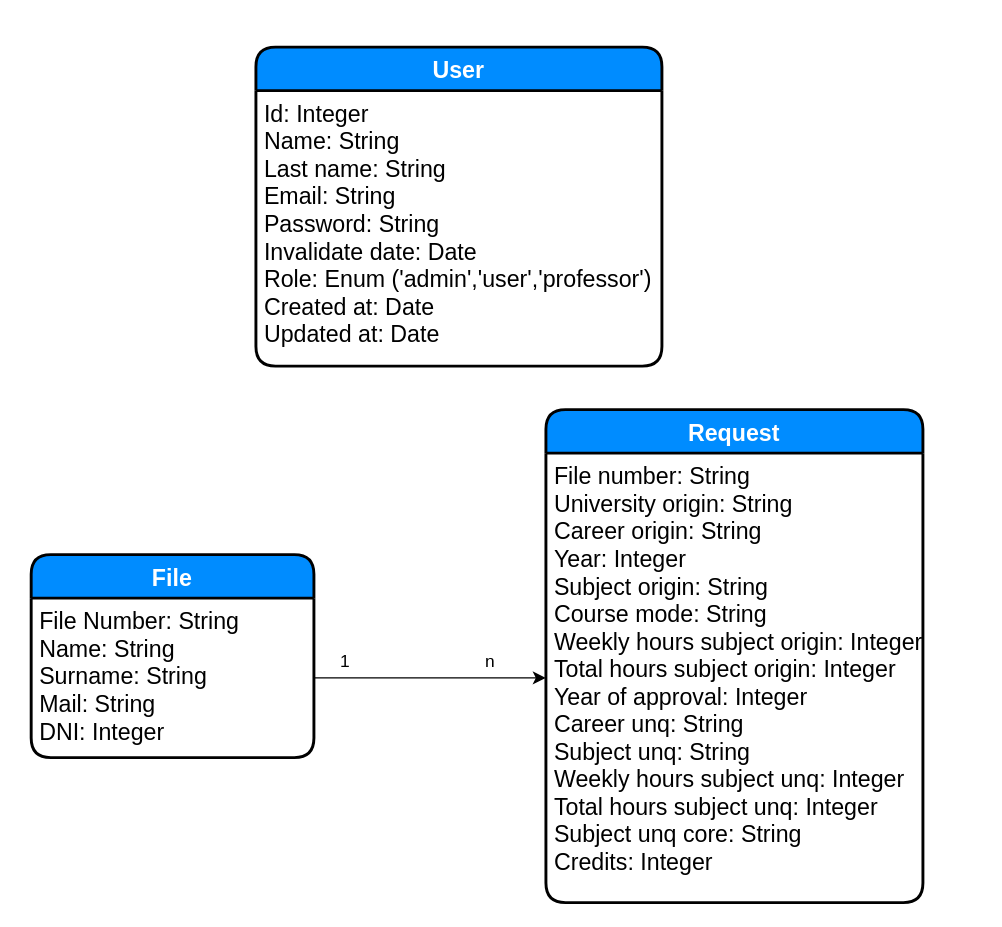
Earlier version of the draw.io diagram entidades.drawio.xml (fautalan1/TTip-Unquivalencia-Documentacion). Source tidied: cells renumbered, new cells numbered last; positions are measured from the earlier drawing's top-left corner, leaving out a move shared by most shapes. Both pictures are drawn from the tidied source at 145%, with x=0, y=0 at pixel (30, 46).
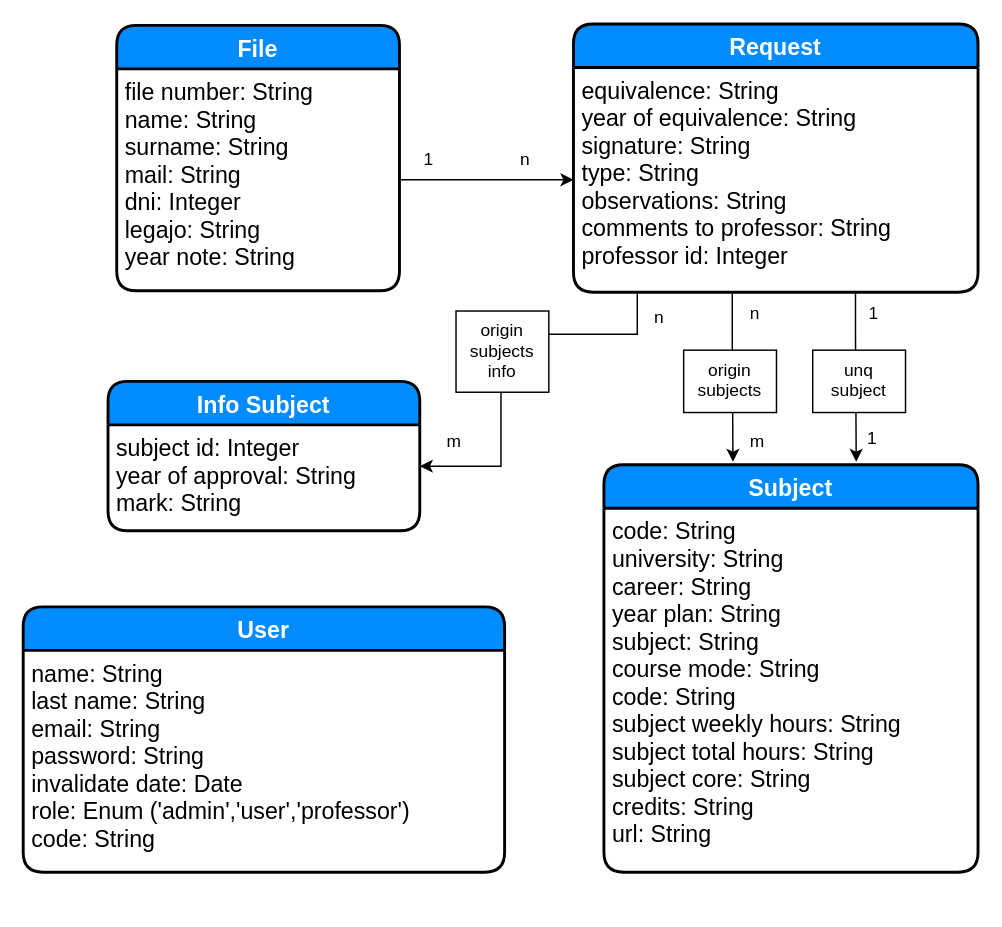
The same diagram, later.

Diff of the diagram source:
```diff
@@
     <mxCell id="2" value="Request" style="swimlane;horizontal=1;startSize=30;fillColor=#008cff;fontColor=#FFFFFF;rounded=1;fontSize=16;fontStyle=1;strokeWidth=2;shadow=0;dashed=0;align=center;" parent="1" vertex="1">
-      <mxGeometry x="355" y="250" width="260" height="340" as="geometry" />
+      <mxGeometry x="374" y="-16" width="279" height="185" as="geometry" />
     </mxCell>
-    <mxCell id="3" value="File number: String&#10;University origin: String&#10;Career origin: String&#10;Year: Integer&#10;Subject origin: String&#10;Course mode: String&#10;Weekly hours subject origin: Integer&#10;Total hours subject origin: Integer&#10;Year of approval: Integer&#10;Career unq: String&#10;Subject unq: String&#10;Weekly hours subject unq: Integer&#10;Total hours subject unq: Integer&#10;Subject unq core: String&#10;Credits: Integer&#10;&#10;" style="align=left;strokeColor=none;fillColor=none;spacingLeft=4;fontSize=16;verticalAlign=top;" parent="2" vertex="1">
-      <mxGeometry y="30" width="260" height="310" as="geometry" />
+    <mxCell id="3" value="equivalence: String&#10;year of equivalence: String&#10;signature: String&#10;type: String&#10;observations: String&#10;comments to professor: String&#10;professor id: Integer&#10;&#10;&#10;" style="align=left;strokeColor=none;fillColor=none;spacingLeft=4;fontSize=16;verticalAlign=top;" parent="2" vertex="1">
+      <mxGeometry y="30" width="279" height="155" as="geometry" />
     </mxCell>
     <mxCell id="4" value="File" style="swimlane;horizontal=1;startSize=30;fillColor=#008cff;fontColor=#FFFFFF;rounded=1;fontSize=16;fontStyle=1;strokeWidth=2;shadow=0;dashed=0;align=center;" parent="1" vertex="1">
-      <mxGeometry y="350" width="195" height="140" as="geometry" />
+      <mxGeometry x="59" y="-15" width="195" height="183" as="geometry" />
     </mxCell>
-    <mxCell id="5" value="File Number: String&#10;Name: String&#10;Surname: String&#10;Mail: String&#10;DNI: Integer" style="align=left;strokeColor=none;fillColor=none;spacingLeft=4;fontSize=16;verticalAlign=top;" parent="4" vertex="1">
-      <mxGeometry y="30" width="195" height="110" as="geometry" />
+    <mxCell id="5" value="file number: String&#10;name: String&#10;surname: String&#10;mail: String&#10;dni: Integer&#10;legajo: String&#10;year note: String" style="align=left;strokeColor=none;fillColor=none;spacingLeft=4;fontSize=16;verticalAlign=top;" parent="4" vertex="1">
+      <mxGeometry y="30" width="195" height="153" as="geometry" />
     </mxCell>
@@
-    <mxCell id="7" value="1                            n" style="text;strokeColor=none;fillColor=none;spacingLeft=4;spacingRight=4;overflow=hidden;fontSize=12;" parent="1" vertex="1">
-      <mxGeometry x="207.5" y="410" width="135" height="36" as="geometry" />
+    <mxCell id="7" value="1                  n" style="text;strokeColor=none;fillColor=none;spacingLeft=4;spacingRight=4;overflow=hidden;fontSize=12;" parent="1" vertex="1">
+      <mxGeometry x="265" y="64" width="93" height="36" as="geometry" />
     </mxCell>
     <mxCell id="8" value="User" style="swimlane;horizontal=1;startSize=30;fillColor=#008cff;fontColor=#FFFFFF;rounded=1;fontSize=16;fontStyle=1;strokeWidth=2;shadow=0;dashed=0;align=center;" parent="1" vertex="1">
-      <mxGeometry x="155" width="280" height="220" as="geometry" />
+      <mxGeometry x="-5.5" y="386" width="332" height="183" as="geometry" />
     </mxCell>
-    <mxCell id="9" value="Id: Integer&#10;Name: String&#10;Last name: String&#10;Email: String&#10;Password: String&#10;Invalidate date: Date&#10;Role: Enum ('admin','user','professor')&#10;Created at: Date&#10;Updated at: Date " style="align=left;strokeColor=none;fillColor=none;spacingLeft=4;fontSize=16;verticalAlign=top;" parent="8" vertex="1">
-      <mxGeometry y="30" width="280" height="190" as="geometry" />
+    <mxCell id="9" value="name: String&#10;last name: String&#10;email: String&#10;password: String&#10;invalidate date: Date&#10;role: Enum ('admin','user','professor')&#10;code: String&#10;" style="align=left;strokeColor=none;fillColor=none;spacingLeft=4;fontSize=16;verticalAlign=top;" parent="8" vertex="1">
+      <mxGeometry y="30" width="332" height="153" as="geometry" />
     </mxCell>
+    <mxCell id="10" value="Subject" style="swimlane;horizontal=1;startSize=30;fillColor=#008cff;fontColor=#FFFFFF;rounded=1;fontSize=16;fontStyle=1;strokeWidth=2;shadow=0;dashed=0;align=center;" parent="1" vertex="1">
+      <mxGeometry x="395" y="288" width="258" height="281" as="geometry" />
+    </mxCell>
+    <mxCell id="11" value="code: String&#10;university: String&#10;career: String&#10;year plan: String&#10;subject: String&#10;course mode: String&#10;code: String&#10;subject weekly hours: String&#10;subject total hours: String&#10;subject core: String&#10;credits: String&#10;url: String&#10;" style="align=left;strokeColor=none;fillColor=none;spacingLeft=4;fontSize=16;verticalAlign=top;" parent="10" vertex="1">
+      <mxGeometry y="30" width="258" height="251" as="geometry" />
+    </mxCell>
+    <mxCell id="12" value="Info Subject" style="swimlane;horizontal=1;startSize=30;fillColor=#008cff;fontColor=#FFFFFF;rounded=1;fontSize=16;fontStyle=1;strokeWidth=2;shadow=0;dashed=0;align=center;" parent="1" vertex="1">
+      <mxGeometry x="53" y="230.5" width="215" height="103" as="geometry" />
+    </mxCell>
+    <mxCell id="13" value="subject id: Integer&#10;year of approval: String&#10;mark: String" style="align=left;strokeColor=none;fillColor=none;spacingLeft=4;fontSize=16;verticalAlign=top;" parent="12" vertex="1">
+      <mxGeometry y="30" width="215" height="73" as="geometry" />
+    </mxCell>
+    <mxCell id="14" style="edgeStyle=orthogonalEdgeStyle;rounded=0;orthogonalLoop=1;jettySize=auto;html=1;" parent="1" edge="1">
+      <mxGeometry relative="1" as="geometry">
+        <mxPoint x="483.5" y="170" as="sourcePoint" />
+        <mxPoint x="484" y="286" as="targetPoint" />
+        <Array as="points">
+          <mxPoint x="484" y="200" />
+          <mxPoint x="484" y="200" />
+        </Array>
+      </mxGeometry>
+    </mxCell>
+    <mxCell id="15" style="edgeStyle=orthogonalEdgeStyle;rounded=0;orthogonalLoop=1;jettySize=auto;html=1;" parent="1" edge="1">
+      <mxGeometry relative="1" as="geometry">
+        <mxPoint x="568.5" y="169" as="sourcePoint" />
+        <mxPoint x="569" y="286" as="targetPoint" />
+        <Array as="points">
+          <mxPoint x="569" y="199" />
+          <mxPoint x="569" y="199" />
+        </Array>
+      </mxGeometry>
+    </mxCell>
+    <mxCell id="16" style="edgeStyle=orthogonalEdgeStyle;rounded=0;orthogonalLoop=1;jettySize=auto;html=1;" parent="1" edge="1">
+      <mxGeometry relative="1" as="geometry">
+        <mxPoint x="418" y="170" as="sourcePoint" />
+        <mxPoint x="268" y="289" as="targetPoint" />
+        <Array as="points">
+          <mxPoint x="418" y="198" />
+          <mxPoint x="324" y="198" />
+          <mxPoint x="324" y="289" />
+          <mxPoint x="274" y="289" />
+        </Array>
+      </mxGeometry>
+    </mxCell>
+    <mxCell id="17" value="m" style="text;strokeColor=none;fillColor=none;spacingLeft=4;spacingRight=4;overflow=hidden;fontSize=12;" parent="1" vertex="1">
+      <mxGeometry x="281" y="258" width="24" height="36" as="geometry" />
+    </mxCell>
+    <mxCell id="18" value="n" style="text;strokeColor=none;fillColor=none;spacingLeft=4;spacingRight=4;overflow=hidden;fontSize=12;" parent="1" vertex="1">
+      <mxGeometry x="424" y="173" width="24" height="36" as="geometry" />
+    </mxCell>
+    <mxCell id="19" value="m" style="text;strokeColor=none;fillColor=none;spacingLeft=4;spacingRight=4;overflow=hidden;fontSize=12;" parent="1" vertex="1">
+      <mxGeometry x="490" y="258" width="24" height="36" as="geometry" />
+    </mxCell>
+    <mxCell id="20" value="n" style="text;strokeColor=none;fillColor=none;spacingLeft=4;spacingRight=4;overflow=hidden;fontSize=12;" parent="1" vertex="1">
+      <mxGeometry x="490" y="170" width="24" height="36" as="geometry" />
+    </mxCell>
+    <mxCell id="21" value="1" style="text;strokeColor=none;fillColor=none;spacingLeft=4;spacingRight=4;overflow=hidden;fontSize=12;" parent="1" vertex="1">
+      <mxGeometry x="572" y="170" width="24" height="36" as="geometry" />
+    </mxCell>
+    <mxCell id="22" value="1" style="text;strokeColor=none;fillColor=none;spacingLeft=4;spacingRight=4;overflow=hidden;fontSize=12;" parent="1" vertex="1">
+      <mxGeometry x="571" y="256" width="24" height="36" as="geometry" />
+    </mxCell>
+    <mxCell id="23" value="origin&#10;subjects" style="text;strokeColor=#000000;fillColor=#ffffff;spacingLeft=4;spacingRight=4;overflow=hidden;fontSize=12;align=center;" parent="1" vertex="1">
+      <mxGeometry x="450" y="209" width="64" height="43" as="geometry" />
+    </mxCell>
+    <mxCell id="24" value="unq&#10;subject" style="text;strokeColor=#000000;fillColor=#ffffff;spacingLeft=4;spacingRight=4;overflow=hidden;fontSize=12;align=center;" parent="1" vertex="1">
+      <mxGeometry x="539" y="209" width="64" height="43" as="geometry" />
+    </mxCell>
+    <mxCell id="25" value="origin&#10;subjects&#10;info&#10;" style="text;strokeColor=#000000;fillColor=#ffffff;spacingLeft=4;spacingRight=4;overflow=hidden;fontSize=12;align=center;" parent="1" vertex="1">
+      <mxGeometry x="293" y="182" width="64" height="56" as="geometry" />
+    </mxCell>
```
